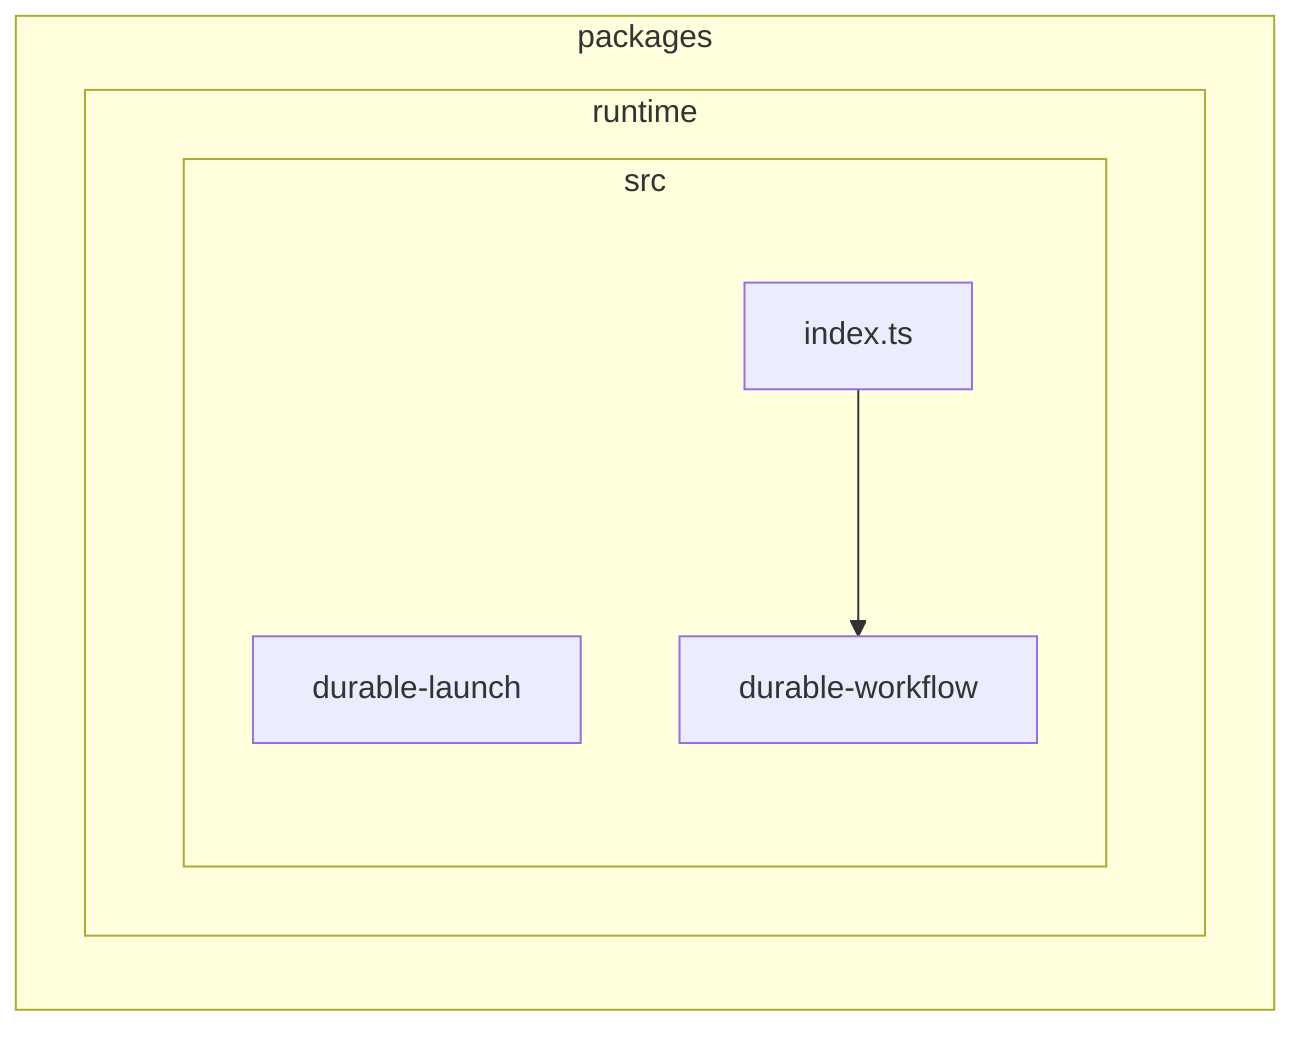
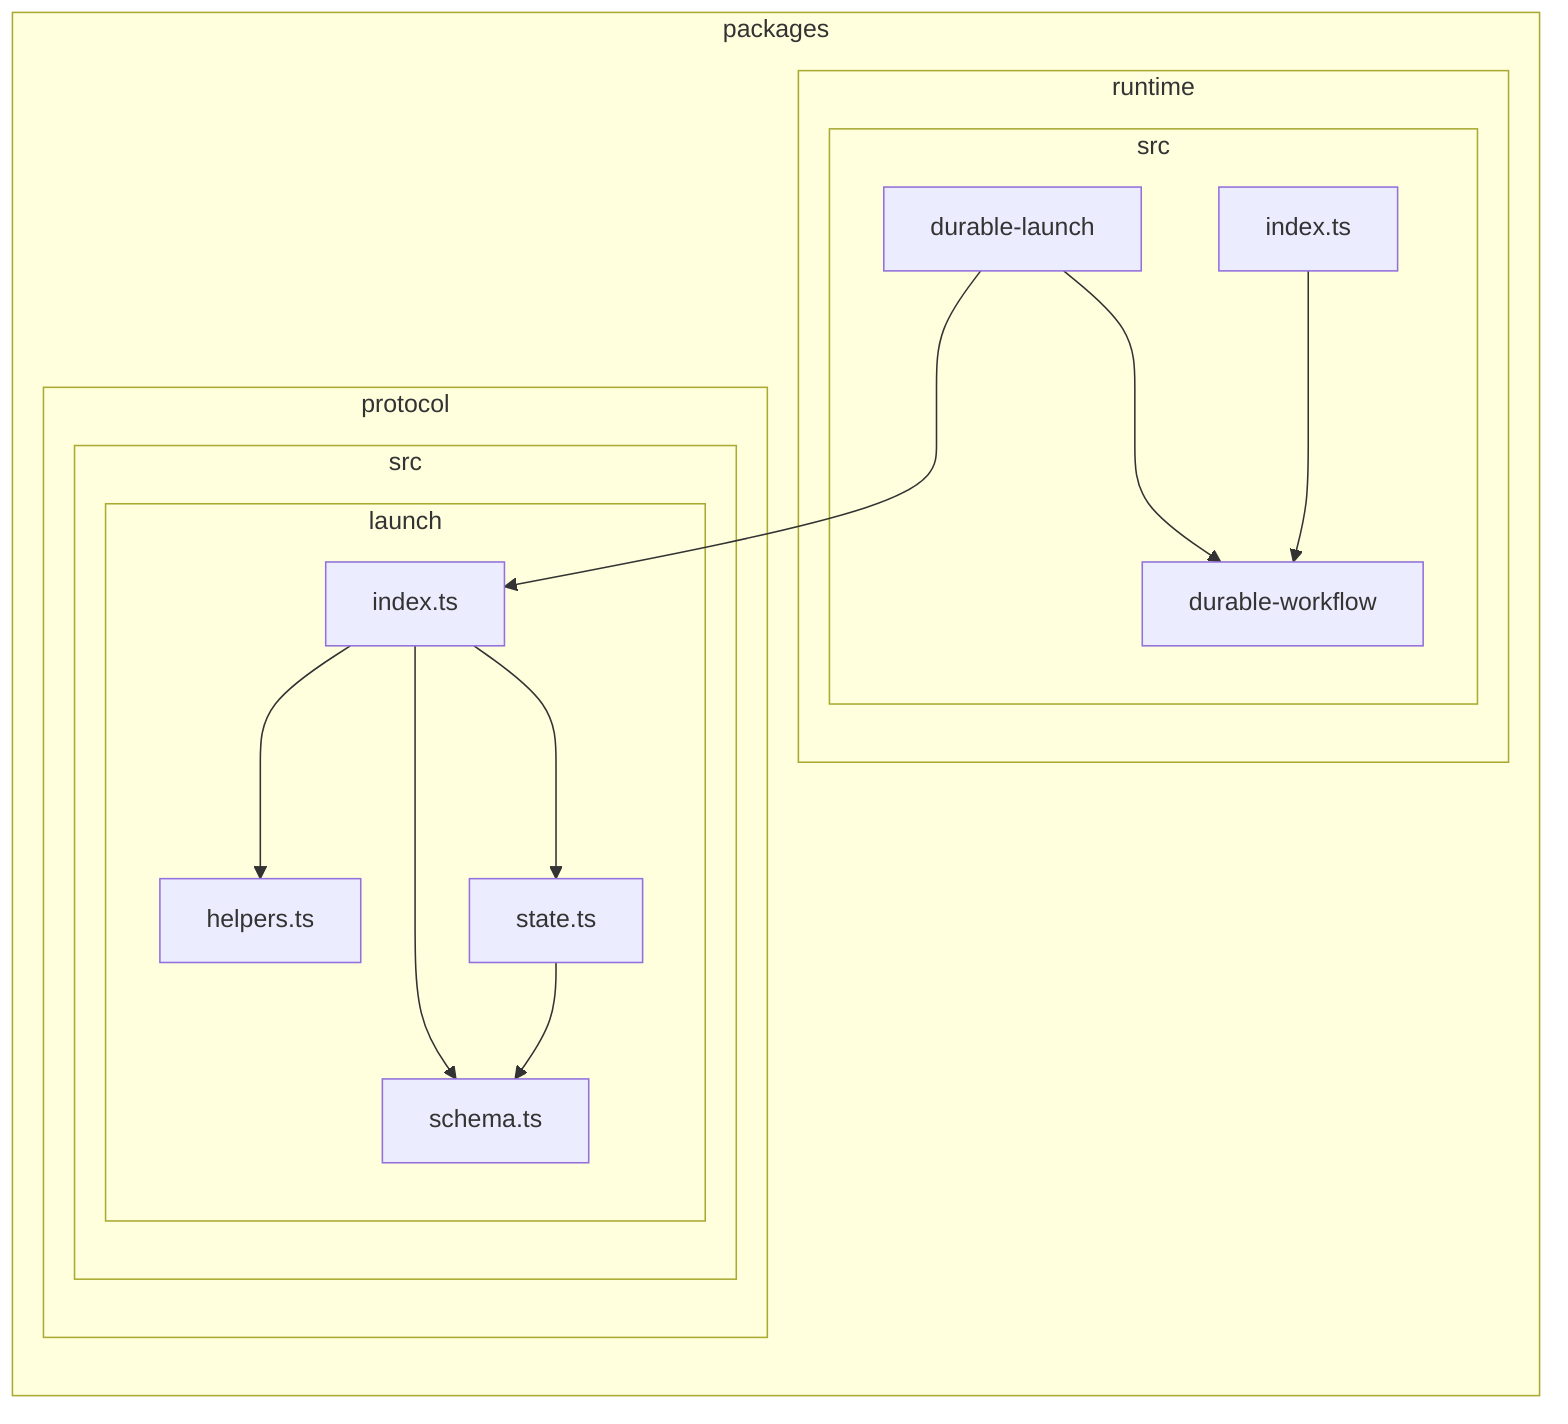
flowchart LR

subgraph 0["packages"]
- subgraph 1["runtime"]
+ subgraph 1["protocol"]
subgraph 2["src"]
- 3["durable-launch"]
- 4["durable-workflow"]
+ subgraph 3["launch"]
+ 4["helpers.ts"]
5["index.ts"]
+ 6["schema.ts"]
+ 7["state.ts"]
+ end
+ end
+ end
+ subgraph 8["runtime"]
+ subgraph 9["src"]
+ A["durable-launch"]
+ B["durable-workflow"]
+ C["index.ts"]
end
end
end
5-->4
+ 5-->6
+ 5-->7
+ 7-->6
+ A-->B
+ A-->5
+ C-->B
